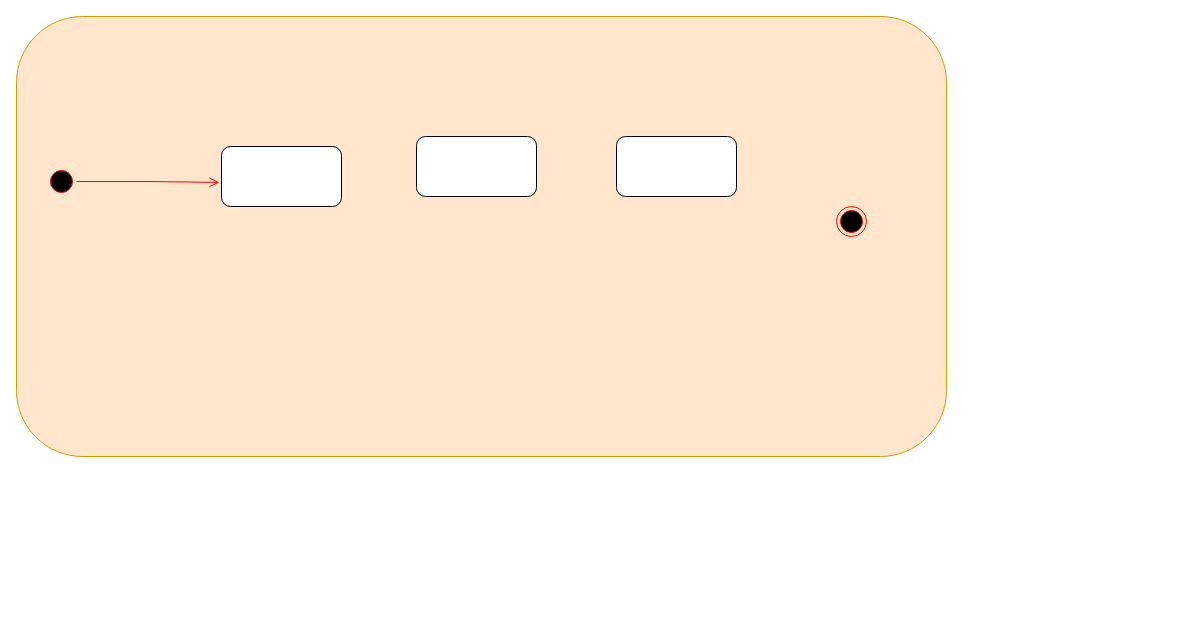
This is 6 практическая АКМ.drawio from Merfarion/Diagrams-and-schemes, a draw.io file, before an edit. Source tidied: cells renumbered, new cells numbered last; positions are measured from the earlier drawing's top-left corner, leaving out a move shared by most shapes. Both pictures are drawn from the tidied source at 100%, with x=0, y=0 at pixel (16, 16).
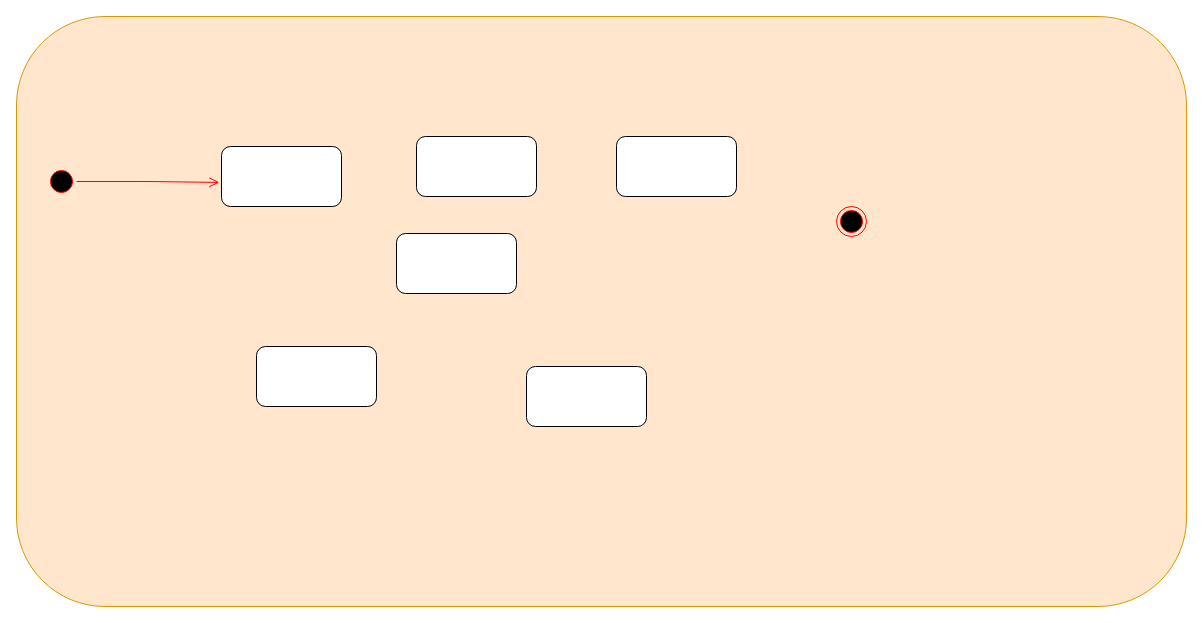
The same page after the edit.

Diff of the diagram source:
```diff
@@
 <mxGraphModel>
   <root>
     <mxCell id="0" />
     <mxCell id="1" parent="0" />
     <mxCell id="2" style="rounded=1;whiteSpace=wrap;html=1;fillColor=#ffe6cc;strokeColor=#d79b00;" parent="1" vertex="1">
-      <mxGeometry width="930" height="440" as="geometry" />
+      <mxGeometry width="1170" height="590" as="geometry" />
     </mxCell>
     <mxCell id="3" style="rounded=1;whiteSpace=wrap;html=1;" parent="1" vertex="1">
       <mxGeometry x="600" y="120" width="120" height="60" as="geometry" />
     </mxCell>
     <mxCell id="4" style="rounded=1;whiteSpace=wrap;html=1;" parent="1" vertex="1">
       <mxGeometry x="400" y="120" width="120" height="60" as="geometry" />
     </mxCell>
     <mxCell id="5" style="rounded=1;whiteSpace=wrap;html=1;" parent="1" vertex="1">
       <mxGeometry x="205" y="130" width="120" height="60" as="geometry" />
     </mxCell>
     <mxCell id="6" style="ellipse;html=1;shape=endState;fillColor=#000000;strokeColor=#ff0000;" parent="1" vertex="1">
       <mxGeometry x="820" y="190" width="30" height="30" as="geometry" />
     </mxCell>
     <mxCell id="7" style="ellipse;html=1;shape=startState;fillColor=#000000;strokeColor=#ff0000;" parent="1" vertex="1">
       <mxGeometry x="30" y="150" width="30" height="30" as="geometry" />
     </mxCell>
     <mxCell id="8" style="edgeStyle=orthogonalEdgeStyle;html=1;verticalAlign=bottom;endArrow=open;endSize=8;strokeColor=#ff0000;exitX=1;exitY=0.5;exitDx=0;exitDy=0;entryX=-0.018;entryY=0.599;entryDx=0;entryDy=0;entryPerimeter=0;" parent="1" edge="1" source="7" target="5">
       <mxGeometry relative="1" as="geometry" />
     </mxCell>
+    <mxCell id="9" style="rounded=1;whiteSpace=wrap;html=1;" parent="1" vertex="1">
+      <mxGeometry x="240" y="330" width="120" height="60" as="geometry" />
+    </mxCell>
+    <mxCell id="10" style="rounded=1;whiteSpace=wrap;html=1;" parent="1" vertex="1">
+      <mxGeometry x="380" y="217" width="120" height="60" as="geometry" />
+    </mxCell>
+    <mxCell id="11" style="rounded=1;whiteSpace=wrap;html=1;" parent="1" vertex="1">
+      <mxGeometry x="510" y="350" width="120" height="60" as="geometry" />
+    </mxCell>
   </root>
 </mxGraphModel>
```
